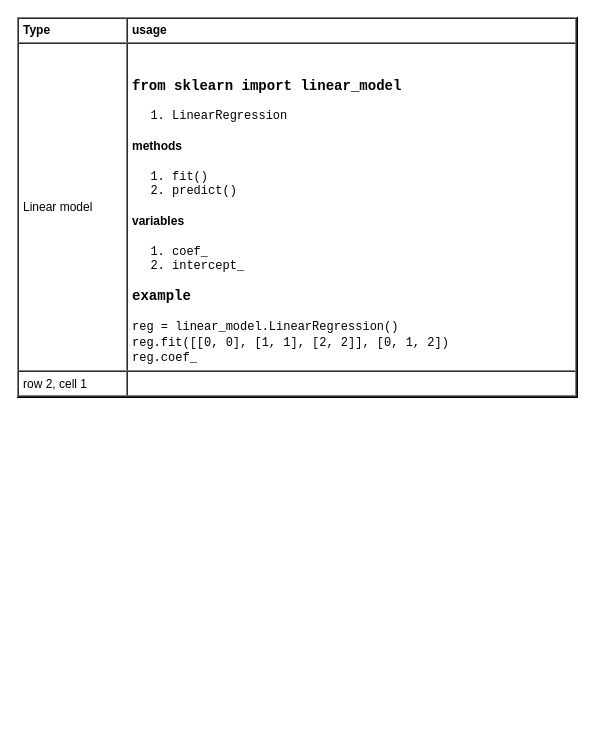
The draw.io diagram page "imps" (2 of 2) of ml/sklearn.drawio in yangdj/tf_docs, before the edit. Source tidied: cells renumbered, new cells numbered last; positions are measured from the earlier drawing's top-left corner, leaving out a move shared by most shapes. Both pictures are drawn from the tidied source at 100%, with x=0, y=0 at pixel (17, 17).
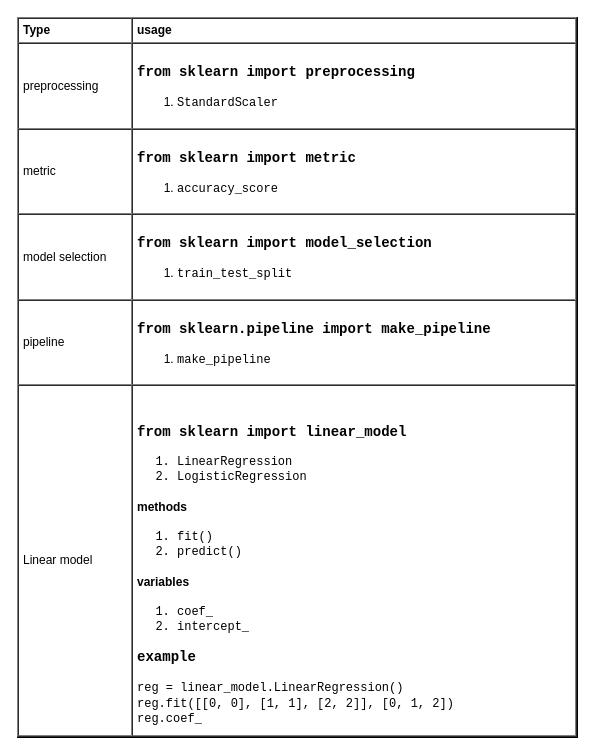
The same page after the edit.

The edit, as a diff of the source:
```diff
@@
 <mxGraphModel>
   <root>
     <mxCell id="0" />
     <mxCell id="1" parent="0" />
-    <mxCell id="2" value="&lt;table cellpadding=&quot;4&quot; cellspacing=&quot;0&quot; border=&quot;1&quot; style=&quot;font-size: 1em ; width: 100% ; height: 100%&quot;&gt;&lt;tbody&gt;&lt;tr&gt;&lt;th&gt;Type&lt;/th&gt;&lt;th&gt;usage&lt;/th&gt;&lt;/tr&gt;&lt;tr&gt;&lt;td&gt;Linear model&lt;/td&gt;&lt;td&gt;&lt;br&gt;&lt;h3&gt;&lt;font face=&quot;Courier New&quot;&gt;from sklearn import linear_model&lt;/font&gt;&lt;/h3&gt;&lt;ol style=&quot;font-family: &amp;#34;courier new&amp;#34;&quot;&gt;&lt;li&gt;&lt;font face=&quot;Courier New&quot;&gt;LinearRegression&lt;br&gt;&lt;/font&gt;&lt;/li&gt;&lt;/ol&gt;&lt;h4&gt;methods&lt;/h4&gt;&lt;div&gt;&lt;ol style=&quot;font-family: &amp;#34;courier new&amp;#34;&quot;&gt;&lt;li&gt;&lt;font face=&quot;Courier New&quot;&gt;&lt;div&gt;fit()&lt;/div&gt;&lt;/font&gt;&lt;/li&gt;&lt;li&gt;&lt;div&gt;predict()&lt;/div&gt;&lt;/li&gt;&lt;/ol&gt;&lt;h4&gt;variables&lt;/h4&gt;&lt;div style=&quot;font-family: &amp;#34;courier new&amp;#34;&quot;&gt;&lt;ol&gt;&lt;li&gt;coef_&lt;/li&gt;&lt;li&gt;intercept_&lt;/li&gt;&lt;/ol&gt;&lt;/div&gt;&lt;/div&gt;&lt;h3&gt;&lt;font face=&quot;Courier New&quot;&gt;example&lt;/font&gt;&lt;/h3&gt;&lt;font face=&quot;Courier New&quot;&gt;reg = linear_model.LinearRegression()&lt;br&gt;reg.fit([[0, 0], [1, 1], [2, 2]], [0, 1, 2])&lt;br&gt;reg.coef_&lt;/font&gt;&lt;/td&gt;&lt;/tr&gt;&lt;tr&gt;&lt;td&gt;row 2, cell 1&lt;/td&gt;&lt;td&gt;&lt;br&gt;&lt;/td&gt;&lt;/tr&gt;&lt;/tbody&gt;&lt;/table&gt; " style="verticalAlign=top;align=left;overflow=fill;fontSize=12;fontFamily=Helvetica;html=1;" parent="1" vertex="1">
-      <mxGeometry width="560" height="380" as="geometry" />
+    <mxCell id="2" value="&lt;table cellpadding=&quot;4&quot; cellspacing=&quot;0&quot; border=&quot;1&quot; style=&quot;font-size: 1em ; width: 100% ; height: 100%&quot;&gt;&lt;tbody&gt;&lt;tr&gt;&lt;th&gt;Type&lt;/th&gt;&lt;th&gt;usage&lt;/th&gt;&lt;/tr&gt;&lt;tr&gt;&lt;td&gt;preprocessing&lt;/td&gt;&lt;td&gt;&lt;h3&gt;&lt;font face=&quot;Courier New&quot;&gt;from sklearn import preprocessing&lt;/font&gt;&lt;/h3&gt;&lt;div&gt;&lt;ol&gt;&lt;li&gt;&lt;font face=&quot;Courier New&quot;&gt;StandardScaler&lt;/font&gt;&lt;/li&gt;&lt;/ol&gt;&lt;/div&gt;&lt;/td&gt;&lt;/tr&gt;&lt;tr&gt;&lt;td&gt;metric&lt;/td&gt;&lt;td&gt;&lt;h3&gt;&lt;font face=&quot;Courier New&quot;&gt;from sklearn import metric&lt;/font&gt;&lt;/h3&gt;&lt;div&gt;&lt;ol&gt;&lt;li&gt;&lt;font face=&quot;Courier New&quot;&gt;accuracy_score&lt;/font&gt;&lt;/li&gt;&lt;/ol&gt;&lt;/div&gt;&lt;/td&gt;&lt;/tr&gt;&lt;tr&gt;&lt;td&gt;model selection&lt;/td&gt;&lt;td&gt;&lt;h3&gt;&lt;font face=&quot;Courier New&quot;&gt;from sklearn import model_selection&lt;/font&gt;&lt;/h3&gt;&lt;div&gt;&lt;ol&gt;&lt;li&gt;&lt;font face=&quot;Courier New&quot;&gt;train_test_split&lt;/font&gt;&lt;/li&gt;&lt;/ol&gt;&lt;/div&gt;&lt;/td&gt;&lt;/tr&gt;&lt;tr&gt;&lt;td&gt;pipeline&lt;/td&gt;&lt;td&gt;&lt;h3&gt;&lt;font face=&quot;Courier New&quot;&gt;from sklearn.pipeline import make_pipeline&lt;/font&gt;&lt;/h3&gt;&lt;div&gt;&lt;ol&gt;&lt;li&gt;&lt;font face=&quot;Courier New&quot;&gt;make_pipeline&lt;/font&gt;&lt;/li&gt;&lt;/ol&gt;&lt;/div&gt;&lt;/td&gt;&lt;/tr&gt;&lt;tr&gt;&lt;td&gt;Linear model&lt;/td&gt;&lt;td&gt;&lt;br&gt;&lt;h3&gt;&lt;font face=&quot;Courier New&quot;&gt;from sklearn import linear_model&lt;/font&gt;&lt;/h3&gt;&lt;ol style=&quot;font-family: &amp;#34;courier new&amp;#34;&quot;&gt;&lt;li&gt;&lt;font face=&quot;Courier New&quot;&gt;LinearRegression&lt;br&gt;&lt;/font&gt;&lt;/li&gt;&lt;li&gt;&lt;font face=&quot;Courier New&quot;&gt;LogisticRegression&lt;/font&gt;&lt;/li&gt;&lt;/ol&gt;&lt;h4&gt;methods&lt;/h4&gt;&lt;div&gt;&lt;ol style=&quot;font-family: &amp;#34;courier new&amp;#34;&quot;&gt;&lt;li&gt;&lt;font face=&quot;Courier New&quot;&gt;&lt;div&gt;fit()&lt;/div&gt;&lt;/font&gt;&lt;/li&gt;&lt;li&gt;&lt;div&gt;predict()&lt;/div&gt;&lt;/li&gt;&lt;/ol&gt;&lt;h4&gt;variables&lt;/h4&gt;&lt;div style=&quot;font-family: &amp;#34;courier new&amp;#34;&quot;&gt;&lt;ol&gt;&lt;li&gt;coef_&lt;/li&gt;&lt;li&gt;intercept_&lt;/li&gt;&lt;/ol&gt;&lt;/div&gt;&lt;/div&gt;&lt;h3&gt;&lt;font face=&quot;Courier New&quot;&gt;example&lt;/font&gt;&lt;/h3&gt;&lt;font face=&quot;Courier New&quot;&gt;reg = linear_model.LinearRegression()&lt;br&gt;reg.fit([[0, 0], [1, 1], [2, 2]], [0, 1, 2])&lt;br&gt;reg.coef_&lt;/font&gt;&lt;/td&gt;&lt;/tr&gt;&lt;/tbody&gt;&lt;/table&gt; " style="verticalAlign=top;align=left;overflow=fill;fontSize=12;fontFamily=Helvetica;html=1;" parent="1" vertex="1">
+      <mxGeometry width="560" height="720" as="geometry" />
     </mxCell>
   </root>
 </mxGraphModel>
```
